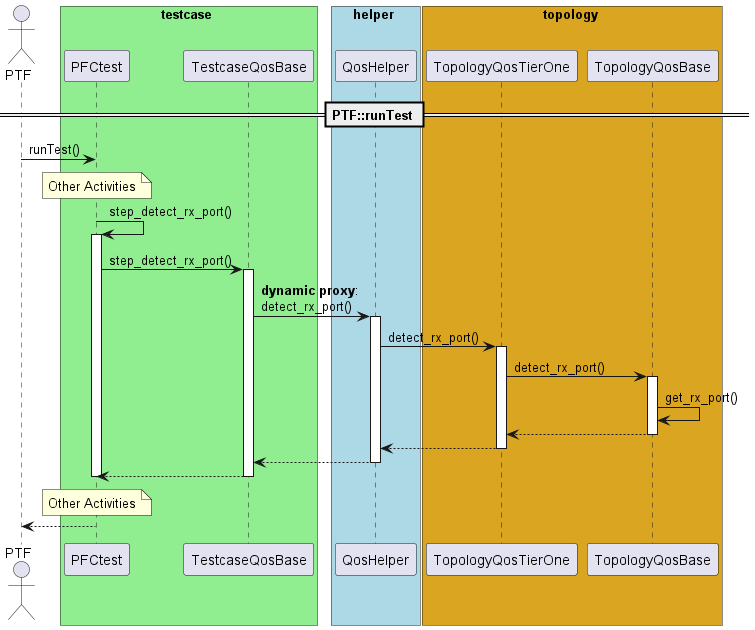
Earlier version of the PlantUML export tests/saitests/docs/images/saitest.refactor.sequence.invoke-topology.png (sonic-net/sonic-mgmt).
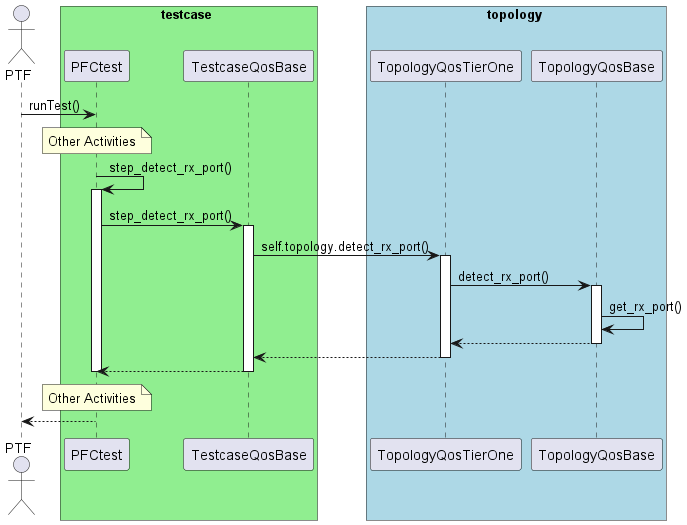
After the change.

Diff of the diagram source:
```diff
@@ -7,16 +7,11 @@
 participant TestcaseQosBase
 end box
 
-box helper #lightblue
-participant QosHelper
-end box
-
-box topology #goldenrod
+box topology #lightblue
 participant TopologyQosTierOne
 participant TopologyQosBase
 end box
 
-== PTF::runTest ==
 
 PTF                 -> PFCtest            : runTest()
 note over              PFCtest            : Other Activities
@@ -27,10 +22,7 @@
 PFCtest             -> TestcaseQosBase    : step_detect_rx_port()
 activate                                    TestcaseQosBase
 
-TestcaseQosBase     -> QosHelper          : **dynamic proxy**:\ndetect_rx_port()
-activate                                    QosHelper
-
-QosHelper           -> TopologyQosTierOne : detect_rx_port()
+TestcaseQosBase     -> TopologyQosTierOne : self.topology.detect_rx_port()
 activate                                    TopologyQosTierOne
 
 TopologyQosTierOne  -> TopologyQosBase    : detect_rx_port()
@@ -41,11 +33,8 @@
 TopologyQosBase    --> TopologyQosTierOne
 deactivate                                  TopologyQosBase
 
-TopologyQosTierOne --> QosHelper
+TopologyQosTierOne --> TestcaseQosBase
 deactivate                                  TopologyQosTierOne
-
-QosHelper          --> TestcaseQosBase
-deactivate                                  QosHelper
 
 TestcaseQosBase    --> PFCtest
 deactivate                                  TestcaseQosBase
```
